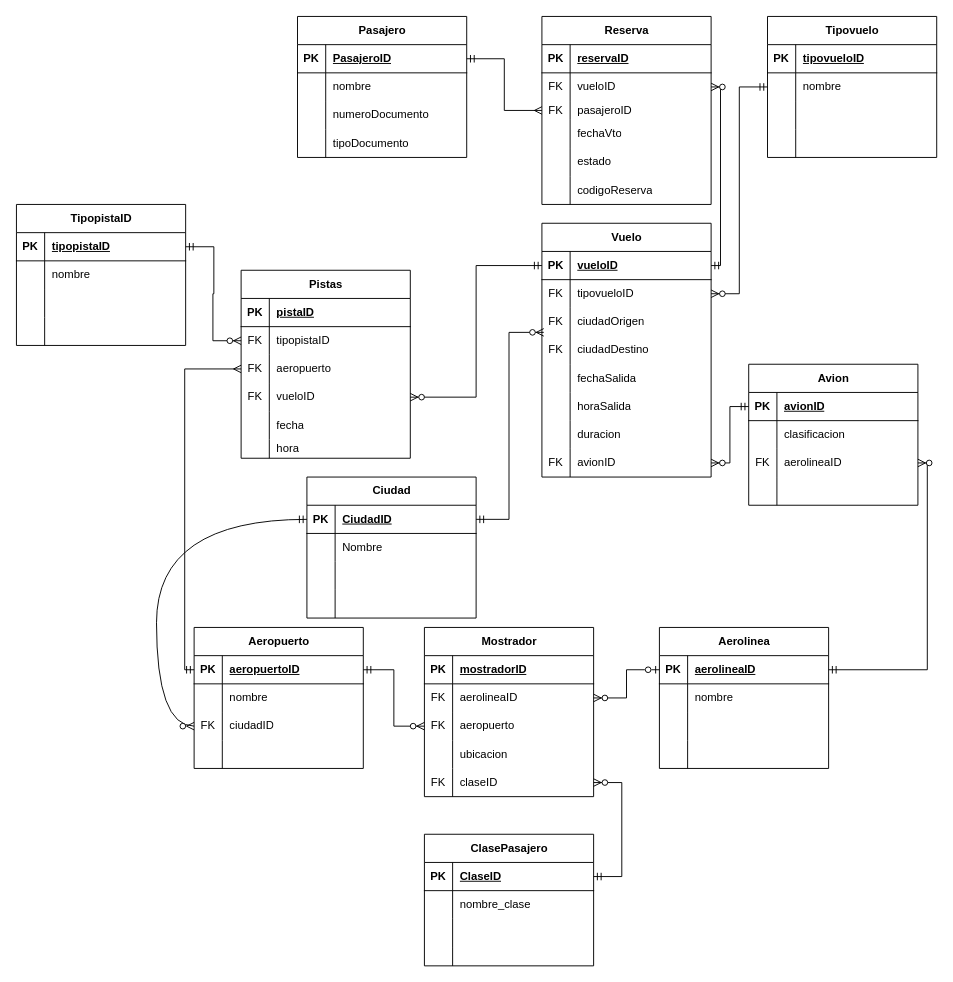
The draw.io diagram ej5.drawio in DamianPiuselli/Diagrams, before the edit. Source tidied: cells renumbered, new cells numbered last; positions are measured from the earlier drawing's top-left corner, leaving out a move shared by most shapes. Both pictures are drawn from the tidied source at 94%, with x=0, y=0 at pixel (16, 16).
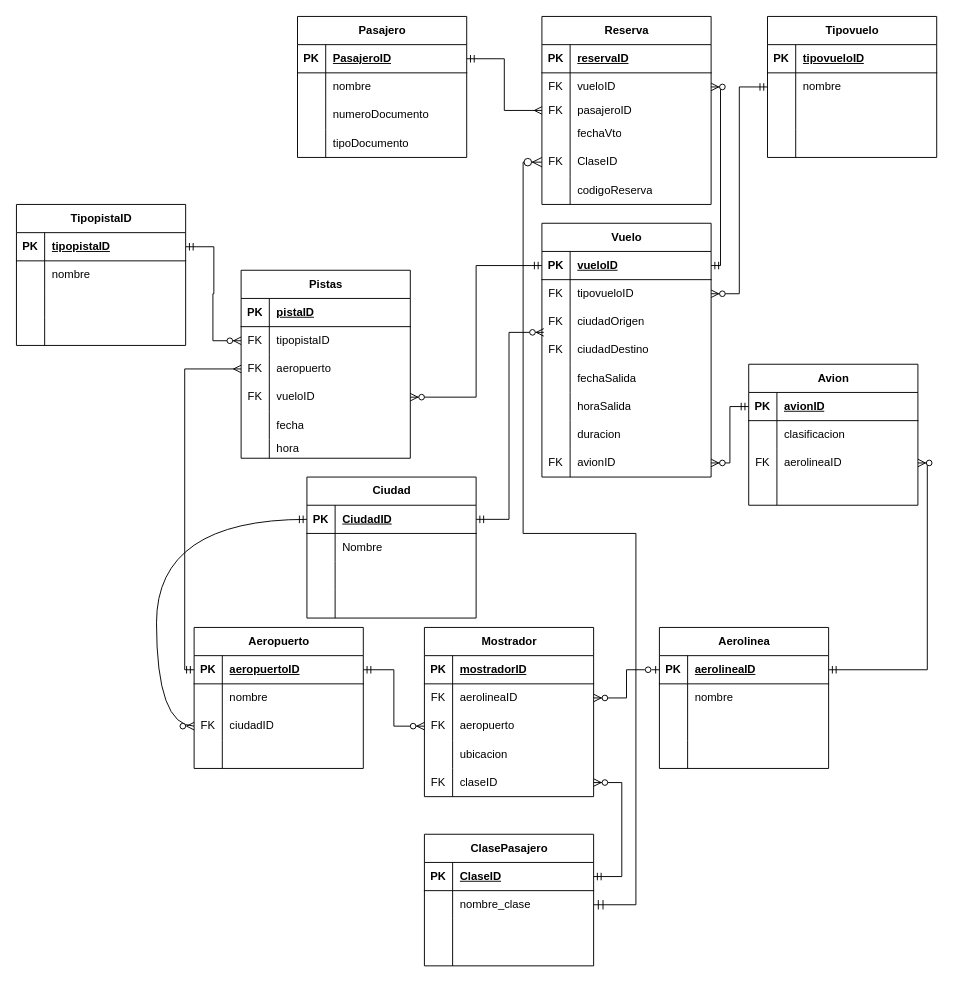
The same page after the edit.

The change refers to these unchanged cells:
```xml
<mxCell id="48" style="shape=tableRow;horizontal=0;startSize=0;swimlaneHead=0;swimlaneBody=0;fillColor=none;points=[[0,0.5],[1,0.5]];portConstraint=eastwest;top=0;left=0;right=0;bottom=0;" parent="44" vertex="1">
  <mxGeometry y="60" width="180" height="30" as="geometry" />
</mxCell>
<mxCell id="133" style="shape=tableRow;horizontal=0;startSize=0;swimlaneHead=0;swimlaneBody=0;fillColor=none;points=[[0,0.5],[1,0.5]];portConstraint=eastwest;top=0;left=0;right=0;bottom=0;" parent="120" vertex="1">
  <mxGeometry y="140" width="180" height="30" as="geometry" />
</mxCell>
```

Change to the diagram source:
```diff
@@
-    <mxCell id="134" style="shape=partialRectangle;fillColor=none;top=0;left=0;bottom=0;right=0;overflow=hidden;whiteSpace=wrap;html=1;" parent="133" vertex="1">
+    <mxCell id="134" value="FK" style="shape=partialRectangle;fillColor=none;top=0;left=0;bottom=0;right=0;overflow=hidden;whiteSpace=wrap;html=1;" parent="133" vertex="1">
       <mxGeometry width="30" height="30" as="geometry" />
     </mxCell>
-    <mxCell id="135" value="estado" style="shape=partialRectangle;fillColor=none;top=0;left=0;bottom=0;right=0;align=left;spacingLeft=6;overflow=hidden;whiteSpace=wrap;html=1;" parent="133" vertex="1">
+    <mxCell id="135" value="ClaseID" style="shape=partialRectangle;fillColor=none;top=0;left=0;bottom=0;right=0;align=left;spacingLeft=6;overflow=hidden;whiteSpace=wrap;html=1;" parent="133" vertex="1">
       <mxGeometry x="30" width="150" height="30" as="geometry" />
     </mxCell>
@@
+    <mxCell id="198" style="edgeStyle=orthogonalEdgeStyle;fontSize=12;html=1;endArrow=ERzeroToMany;startArrow=ERmandOne;rounded=0;startSize=8;endSize=8;exitX=1;exitY=0.5;exitDx=0;exitDy=0;entryX=0;entryY=0.5;entryDx=0;entryDy=0;" parent="1" edge="1" source="48" target="133">
+      <mxGeometry relative="1" as="geometry">
+        <Array as="points">
+          <mxPoint x="659" y="945" />
+          <mxPoint x="659" y="550" />
+          <mxPoint x="539" y="550" />
+          <mxPoint x="539" y="155" />
+        </Array>
+      </mxGeometry>
+    </mxCell>
```
